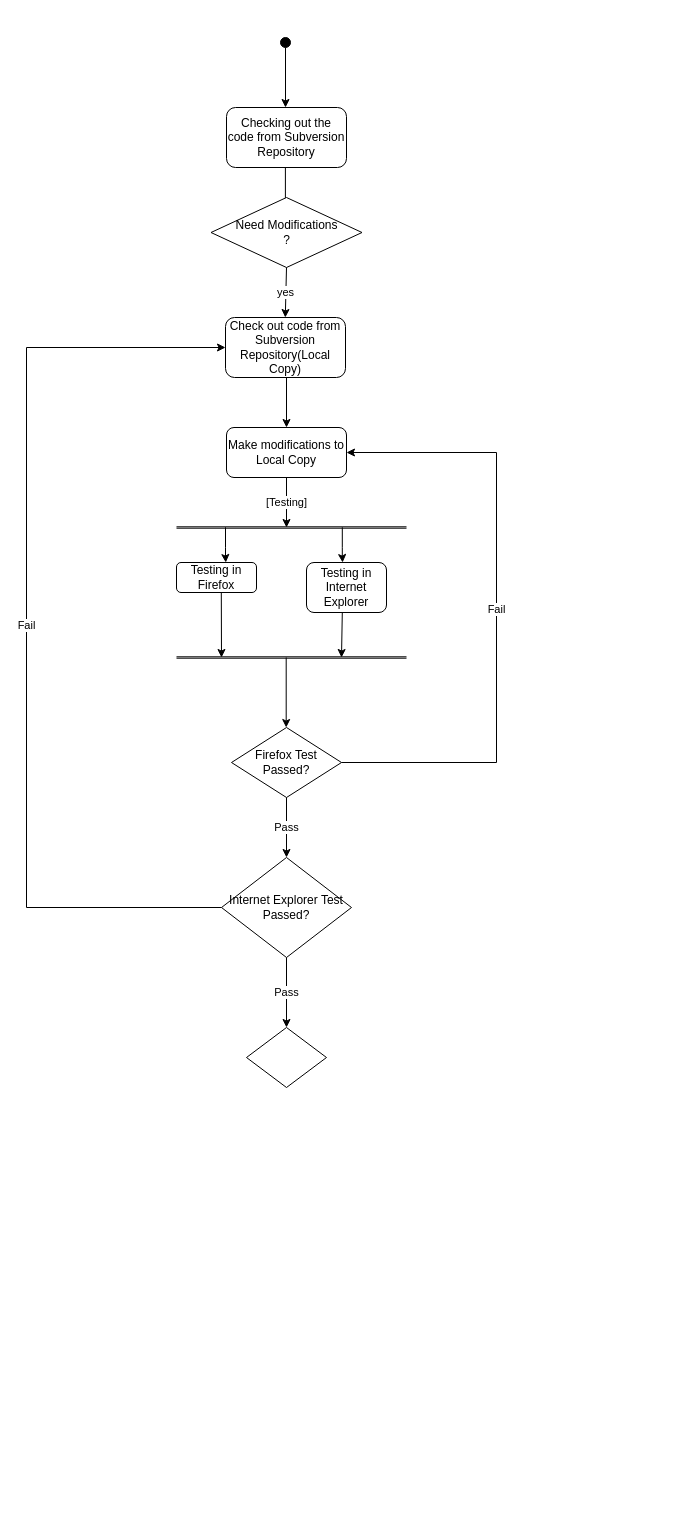
This is 202101452_Lab6.drawio from Aayush121202/IT314_Software_Engineering, a draw.io file, before an edit. Source tidied: cells renumbered, new cells numbered last; positions are measured from the earlier drawing's top-left corner, leaving out a move shared by most shapes. Both pictures are drawn from the tidied source at 100%, with x=0, y=0 at pixel (26, 37).
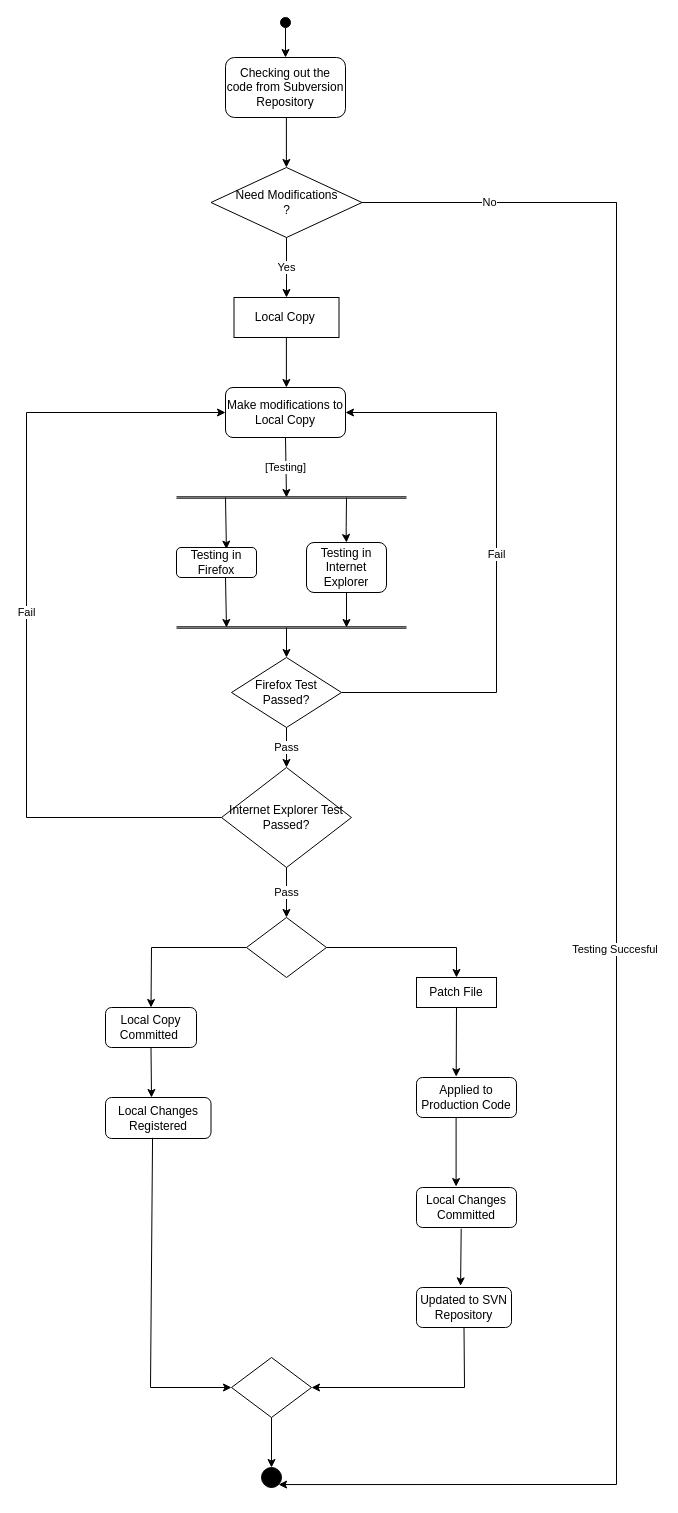
Above is the later version.

Change to the diagram source:
```diff
@@
-    <mxCell id="2" value="Checking out the code from Subversion Repository" style="rounded=1;whiteSpace=wrap;html=1;" parent="1" vertex="1">
-      <mxGeometry x="200" y="70" width="120" height="60" as="geometry" />
-    </mxCell>
-    <mxCell id="3" style="endArrow=classic;html=1;rounded=0;" parent="1" edge="1" source="4">
+    <mxCell id="3" style="endArrow=classic;html=1;rounded=0;" parent="1" edge="1" source="2">
       <mxGeometry relative="1" as="geometry">
         <mxPoint x="259" y="70" as="targetPoint" />
       </mxGeometry>
     </mxCell>
     <mxCell id="4" style="ellipse;whiteSpace=wrap;html=1;fillColor=#000000;" parent="1" vertex="1">
-      <mxGeometry x="254" width="10" height="10" as="geometry" />
+      <mxGeometry x="254" y="-20" width="10" height="10" as="geometry" />
     </mxCell>
     <mxCell id="5" style="endArrow=classic;html=1;rounded=0;" parent="1" edge="1">
       <mxGeometry relative="1" as="geometry">
-        <mxPoint x="258.9" y="130" as="sourcePoint" />
-        <mxPoint x="258.9" y="180" as="targetPoint" />
+        <mxPoint x="259.9" y="80" as="sourcePoint" />
+        <mxPoint x="259.9" y="130" as="targetPoint" />
       </mxGeometry>
     </mxCell>
@@
     <mxCell id="7" value="Need Modifications&lt;br&gt;?" style="rhombus;whiteSpace=wrap;html=1;align=center;" parent="1" vertex="1">
-      <mxGeometry x="184.5" y="160" width="151" height="70" as="geometry" />
+      <mxGeometry x="184.5" y="130" width="151" height="70" as="geometry" />
     </mxCell>
-    <mxCell id="8" value="yes" style="endArrow=classic;html=1;rounded=0;exitX=0.5;exitY=1;exitDx=0;exitDy=0;" parent="1" edge="1" source="7">
-      <mxGeometry relative="1" as="geometry">
-        <mxPoint x="258.8" y="280" as="targetPoint" />
-      </mxGeometry>
-    </mxCell>
-    <mxCell id="9" value="Check out code from Subversion Repository(Local Copy)" style="rounded=1;whiteSpace=wrap;html=1;" parent="1" vertex="1">
-      <mxGeometry x="199" y="280" width="120" height="60" as="geometry" />
-    </mxCell>
     <mxCell id="10" style="endArrow=classic;html=1;rounded=0;" parent="1" edge="1">
       <mxGeometry relative="1" as="geometry">
-        <mxPoint x="260" y="340" as="sourcePoint" />
-        <mxPoint x="260" y="390" as="targetPoint" />
+        <mxPoint x="259.9" y="300" as="sourcePoint" />
+        <mxPoint x="259.9" y="350" as="targetPoint" />
       </mxGeometry>
     </mxCell>
     <mxCell id="11" value="Make modifications to Local Copy" style="rounded=1;whiteSpace=wrap;html=1;" parent="1" vertex="1">
-      <mxGeometry x="200" y="390" width="120" height="50" as="geometry" />
+      <mxGeometry x="199" y="350" width="120" height="50" as="geometry" />
     </mxCell>
     <mxCell id="12" value="[Testing]" style="endArrow=classic;html=1;rounded=0;exitX=0.5;exitY=1;exitDx=0;exitDy=0;" parent="1" edge="1" source="11">
       <mxGeometry relative="1" as="geometry">
-        <mxPoint x="260" y="490" as="targetPoint" />
+        <mxPoint x="260" y="460" as="targetPoint" />
       </mxGeometry>
     </mxCell>
     <mxCell id="13" style="shape=link;html=1;rounded=0;width=1.3725490196078436;" parent="1" edge="1">
       <mxGeometry relative="1" as="geometry">
-        <mxPoint x="150" y="490" as="sourcePoint" />
-        <mxPoint x="380" y="490" as="targetPoint" />
+        <mxPoint x="150" y="460" as="sourcePoint" />
+        <mxPoint x="380" y="460" as="targetPoint" />
+        <Array as="points">
+          <mxPoint x="260" y="460" />
+        </Array>
       </mxGeometry>
     </mxCell>
-    <mxCell id="14" value="Testing in Firefox" style="rounded=1;whiteSpace=wrap;html=1;" parent="1" vertex="1">
-      <mxGeometry x="150" y="525" width="80" height="30" as="geometry" />
-    </mxCell>
     <mxCell id="15" value="Testing in Internet Explorer" style="rounded=1;whiteSpace=wrap;html=1;" parent="1" vertex="1">
-      <mxGeometry x="280" y="525" width="80" height="50" as="geometry" />
+      <mxGeometry x="280" y="505" width="80" height="50" as="geometry" />
     </mxCell>
-    <mxCell id="16" style="endArrow=classic;html=1;rounded=0;entryX=0.879;entryY=0.008;entryDx=0;entryDy=0;entryPerimeter=0;" parent="1" edge="1">
+    <mxCell id="16" style="endArrow=classic;html=1;rounded=0;entryX=0.879;entryY=0.008;entryDx=0;entryDy=0;entryPerimeter=0;" parent="1" edge="1" source="14">
       <mxGeometry relative="1" as="geometry">
-        <mxPoint x="199" y="489.8" as="sourcePoint" />
         <mxPoint x="199.3" y="525" as="targetPoint" />
         <Array as="points">
           <mxPoint x="199" y="509.8" />
           <mxPoint x="199" y="519.8" />
         </Array>
       </mxGeometry>
     </mxCell>
     <mxCell id="17" style="endArrow=classic;html=1;rounded=0;entryX=0.879;entryY=0.008;entryDx=0;entryDy=0;entryPerimeter=0;" parent="1" edge="1">
       <mxGeometry relative="1" as="geometry">
-        <mxPoint x="315.8" y="489.8" as="sourcePoint" />
-        <mxPoint x="316.1" y="525" as="targetPoint" />
+        <mxPoint x="320" y="460" as="sourcePoint" />
+        <mxPoint x="320" y="505" as="targetPoint" />
         <Array as="points">
-          <mxPoint x="315.8" y="509.8" />
-          <mxPoint x="315.8" y="519.8" />
+          <mxPoint x="319.7" y="489.8" />
+          <mxPoint x="319.7" y="499.8" />
         </Array>
       </mxGeometry>
     </mxCell>
-    <mxCell id="18" style="endArrow=classic;html=1;rounded=0;exitX=0.437;exitY=1.114;exitDx=0;exitDy=0;exitPerimeter=0;entryX=0.5;entryY=0;entryDx=0;entryDy=0;" parent="1" edge="1">
+    <mxCell id="18" style="endArrow=classic;html=1;rounded=0;exitX=0.437;exitY=1.114;exitDx=0;exitDy=0;exitPerimeter=0;" parent="1" edge="1">
       <mxGeometry relative="1" as="geometry">
-        <mxPoint x="194.8" y="555" as="sourcePoint" />
-        <mxPoint x="195" y="620" as="targetPoint" />
+        <mxPoint x="199" y="540" as="sourcePoint" />
+        <mxPoint x="200" y="590" as="targetPoint" />
       </mxGeometry>
     </mxCell>
-    <mxCell id="19" style="endArrow=classic;html=1;rounded=0;exitX=0.437;exitY=1.114;exitDx=0;exitDy=0;exitPerimeter=0;entryX=0.5;entryY=0;entryDx=0;entryDy=0;" parent="1" edge="1">
+    <mxCell id="19" style="endArrow=classic;html=1;rounded=0;exitX=0.5;exitY=1;exitDx=0;exitDy=0;" parent="1" edge="1" source="15">
       <mxGeometry relative="1" as="geometry">
-        <mxPoint x="315.8" y="575" as="sourcePoint" />
-        <mxPoint x="315" y="620" as="targetPoint" />
+        <mxPoint x="320" y="590" as="targetPoint" />
       </mxGeometry>
     </mxCell>
     <mxCell id="20" style="shape=link;html=1;rounded=0;width=1.3725490196078436;" parent="1" edge="1">
       <mxGeometry relative="1" as="geometry">
-        <mxPoint x="150" y="620" as="sourcePoint" />
-        <mxPoint x="380" y="620" as="targetPoint" />
+        <mxPoint x="150" y="590" as="sourcePoint" />
+        <mxPoint x="380" y="590" as="targetPoint" />
       </mxGeometry>
     </mxCell>
-    <mxCell id="21" style="endArrow=classic;html=1;rounded=0;" parent="1" edge="1">
+    <mxCell id="21" style="endArrow=classic;html=1;rounded=0;" parent="1" edge="1" source="24">
       <mxGeometry relative="1" as="geometry">
-        <mxPoint x="259.7" y="620" as="sourcePoint" />
         <mxPoint x="259.7" y="690" as="targetPoint" />
       </mxGeometry>
     </mxCell>
     <mxCell id="22" value="Internet Explorer Test Passed?" style="rhombus;whiteSpace=wrap;html=1;" parent="1" vertex="1">
-      <mxGeometry x="195" y="820" width="130" height="100" as="geometry" />
+      <mxGeometry x="195" y="730" width="130" height="100" as="geometry" />
     </mxCell>
@@
-    <mxCell id="24" value="Firefox Test Passed?" style="rhombus;whiteSpace=wrap;html=1;" parent="1" vertex="1">
-      <mxGeometry x="205" y="690" width="110" height="70" as="geometry" />
-    </mxCell>
     <mxCell id="25" value="Fail" style="endArrow=classic;html=1;rounded=0;exitX=1;exitY=0.5;exitDx=0;exitDy=0;entryX=1;entryY=0.5;entryDx=0;entryDy=0;" parent="1" edge="1" source="24" target="11">
       <mxGeometry relative="1" as="geometry">
         <Array as="points">
-          <mxPoint x="470" y="725" />
-          <mxPoint x="470" y="415" />
+          <mxPoint x="470" y="655" />
+          <mxPoint x="470" y="375" />
         </Array>
       </mxGeometry>
     </mxCell>
@@
-    <mxCell id="27" value="Fail" style="endArrow=classic;html=1;rounded=0;exitX=0;exitY=0.5;exitDx=0;exitDy=0;entryX=0;entryY=0.5;entryDx=0;entryDy=0;" parent="1" edge="1" source="22" target="9">
+    <mxCell id="27" value="Fail" style="endArrow=classic;html=1;rounded=0;exitX=0;exitY=0.5;exitDx=0;exitDy=0;entryX=0;entryY=0.5;entryDx=0;entryDy=0;" parent="1" edge="1" source="22" target="11">
       <mxGeometry relative="1" as="geometry">
         <Array as="points">
-          <mxPoint y="870" />
-          <mxPoint y="310" />
+          <mxPoint y="780" />
+          <mxPoint y="375" />
         </Array>
       </mxGeometry>
     </mxCell>
+    <mxCell id="30" style="endArrow=classic;html=1;rounded=0;" parent="1" edge="1" source="4" target="2">
+      <mxGeometry relative="1" as="geometry" />
+    </mxCell>
+    <mxCell id="2" value="Checking out the code from Subversion Repository" style="rounded=1;whiteSpace=wrap;html=1;" parent="1" vertex="1">
+      <mxGeometry x="199" y="20" width="120" height="60" as="geometry" />
+    </mxCell>
+    <mxCell id="31" style="endArrow=classic;html=1;rounded=0;entryX=0.624;entryY=0.054;entryDx=0;entryDy=0;entryPerimeter=0;" parent="1" edge="1" target="14">
+      <mxGeometry relative="1" as="geometry">
+        <mxPoint x="199" y="460" as="sourcePoint" />
+      </mxGeometry>
+    </mxCell>
+    <mxCell id="14" value="Testing in Firefox" style="rounded=1;whiteSpace=wrap;html=1;" parent="1" vertex="1">
+      <mxGeometry x="150" y="510" width="80" height="30" as="geometry" />
+    </mxCell>
+    <mxCell id="32" style="endArrow=classic;html=1;rounded=0;" parent="1" edge="1" target="24">
+      <mxGeometry relative="1" as="geometry">
+        <mxPoint x="260" y="590" as="sourcePoint" />
+      </mxGeometry>
+    </mxCell>
+    <mxCell id="24" value="Firefox Test Passed?" style="rhombus;whiteSpace=wrap;html=1;" parent="1" vertex="1">
+      <mxGeometry x="205" y="620" width="110" height="70" as="geometry" />
+    </mxCell>
-    <mxCell id="28" value="Pass" style="endArrow=classic;html=1;rounded=0;exitX=0.5;exitY=1;exitDx=0;exitDy=0;" parent="1" edge="1" source="22">
-      <mxGeometry relative="1" as="geometry">
-        <mxPoint x="260" y="990" as="targetPoint" />
-      </mxGeometry>
+    <mxCell id="28" value="Pass" style="endArrow=classic;html=1;rounded=0;exitX=0.5;exitY=1;exitDx=0;exitDy=0;" parent="1" edge="1" source="22" target="29">
+      <mxGeometry relative="1" as="geometry" />
     </mxCell>
     <mxCell id="29" style="rhombus;whiteSpace=wrap;html=1;" parent="1" vertex="1">
-      <mxGeometry x="220" y="990" width="80" height="60" as="geometry" />
+      <mxGeometry x="220" y="880" width="80" height="60" as="geometry" />
     </mxCell>
+    <mxCell id="33" value="Patch File" style="rounded=0;whiteSpace=wrap;html=1;" parent="1" vertex="1">
+      <mxGeometry x="390" y="940" width="80" height="30" as="geometry" />
+    </mxCell>
+    <mxCell id="34" value="Applied to Production Code" style="rounded=1;whiteSpace=wrap;html=1;" parent="1" vertex="1">
+      <mxGeometry x="390" y="1040" width="100" height="40" as="geometry" />
+    </mxCell>
+    <mxCell id="35" value="Local Changes Committed" style="rounded=1;whiteSpace=wrap;html=1;" parent="1" vertex="1">
+      <mxGeometry x="390" y="1150" width="100" height="40" as="geometry" />
+    </mxCell>
+    <mxCell id="36" value="Updated to SVN Repository" style="rounded=1;whiteSpace=wrap;html=1;" parent="1" vertex="1">
+      <mxGeometry x="390" y="1250" width="95" height="40" as="geometry" />
+    </mxCell>
+    <mxCell id="37" style="endArrow=classic;html=1;rounded=0;exitX=1;exitY=0.5;exitDx=0;exitDy=0;entryX=0.5;entryY=0;entryDx=0;entryDy=0;" parent="1" edge="1" source="29" target="33">
+      <mxGeometry relative="1" as="geometry">
+        <Array as="points">
+          <mxPoint x="430" y="910" />
+        </Array>
+      </mxGeometry>
+    </mxCell>
+    <mxCell id="38" style="endArrow=classic;html=1;rounded=0;exitX=0.5;exitY=1;exitDx=0;exitDy=0;entryX=0.397;entryY=-0.022;entryDx=0;entryDy=0;entryPerimeter=0;" parent="1" edge="1" source="33" target="34">
+      <mxGeometry relative="1" as="geometry" />
+    </mxCell>
+    <mxCell id="39" style="endArrow=classic;html=1;rounded=0;exitX=0.5;exitY=1;exitDx=0;exitDy=0;entryX=0.397;entryY=-0.022;entryDx=0;entryDy=0;entryPerimeter=0;" parent="1" edge="1">
+      <mxGeometry relative="1" as="geometry">
+        <mxPoint x="429.6" y="1080" as="sourcePoint" />
+        <mxPoint x="429.6" y="1149" as="targetPoint" />
+      </mxGeometry>
+    </mxCell>
+    <mxCell id="40" style="endArrow=classic;html=1;rounded=0;entryX=0.464;entryY=-0.041;entryDx=0;entryDy=0;entryPerimeter=0;exitX=0.447;exitY=1.031;exitDx=0;exitDy=0;exitPerimeter=0;" parent="1" edge="1" source="35" target="36">
+      <mxGeometry relative="1" as="geometry" />
+    </mxCell>
+    <mxCell id="41" value="Local Copy Committed&amp;nbsp;" style="rounded=1;whiteSpace=wrap;html=1;" parent="1" vertex="1">
+      <mxGeometry x="79" y="970" width="91" height="40" as="geometry" />
+    </mxCell>
+    <mxCell id="42" value="Local Changes Registered" style="rounded=1;whiteSpace=wrap;html=1;" parent="1" vertex="1">
+      <mxGeometry x="79" y="1060" width="105.5" height="41" as="geometry" />
+    </mxCell>
+    <mxCell id="43" style="endArrow=classic;html=1;rounded=0;exitX=0;exitY=0.5;exitDx=0;exitDy=0;entryX=0.5;entryY=0;entryDx=0;entryDy=0;" parent="1" edge="1" source="29" target="41">
+      <mxGeometry relative="1" as="geometry">
+        <Array as="points">
+          <mxPoint x="125" y="910" />
+        </Array>
+      </mxGeometry>
+    </mxCell>
+    <mxCell id="44" style="endArrow=classic;html=1;rounded=0;exitX=0.5;exitY=1;exitDx=0;exitDy=0;" parent="1" edge="1" source="41">
+      <mxGeometry relative="1" as="geometry">
+        <mxPoint x="125" y="1060" as="targetPoint" />
+      </mxGeometry>
+    </mxCell>
+    <mxCell id="45" style="rhombus;whiteSpace=wrap;html=1;" parent="1" vertex="1">
+      <mxGeometry x="205" y="1320" width="80" height="60" as="geometry" />
+    </mxCell>
+    <mxCell id="46" style="endArrow=classic;html=1;rounded=0;exitX=0.446;exitY=0.984;exitDx=0;exitDy=0;exitPerimeter=0;entryX=0;entryY=0.5;entryDx=0;entryDy=0;" parent="1" edge="1" source="42" target="45">
+      <mxGeometry relative="1" as="geometry">
+        <Array as="points">
+          <mxPoint x="124" y="1350" />
+        </Array>
+      </mxGeometry>
+    </mxCell>
+    <mxCell id="47" style="endArrow=classic;html=1;rounded=0;exitX=0.5;exitY=1;exitDx=0;exitDy=0;entryX=1;entryY=0.5;entryDx=0;entryDy=0;" parent="1" edge="1" source="36" target="45">
+      <mxGeometry relative="1" as="geometry">
+        <Array as="points">
+          <mxPoint x="438" y="1350" />
+        </Array>
+      </mxGeometry>
+    </mxCell>
+    <mxCell id="48" style="endArrow=classic;html=1;rounded=0;exitX=0.5;exitY=1;exitDx=0;exitDy=0;" parent="1" edge="1" source="50">
+      <mxGeometry relative="1" as="geometry">
+        <mxPoint x="245" y="1430" as="targetPoint" />
+      </mxGeometry>
+    </mxCell>
+    <mxCell id="49" style="endArrow=classic;html=1;rounded=0;exitX=0.5;exitY=1;exitDx=0;exitDy=0;" parent="1" edge="1" source="45" target="50">
+      <mxGeometry relative="1" as="geometry" />
+    </mxCell>
+    <mxCell id="50" style="ellipse;whiteSpace=wrap;html=1;fillColor=#000000;" parent="1" vertex="1">
+      <mxGeometry x="235" y="1430" width="20" height="20" as="geometry" />
+    </mxCell>
+    <mxCell id="51" value="Yes" style="endArrow=classic;html=1;rounded=0;exitX=0.5;exitY=1;exitDx=0;exitDy=0;" parent="1" edge="1" source="7" target="52">
+      <mxGeometry relative="1" as="geometry" />
+    </mxCell>
+    <mxCell id="52" value="Local Copy&amp;nbsp;" style="rounded=0;whiteSpace=wrap;html=1;" parent="1" vertex="1">
+      <mxGeometry x="207.5" y="260" width="105" height="40" as="geometry" />
+    </mxCell>
+    <mxCell id="53" value="Testing Succesful&amp;nbsp;" style="endArrow=classic;html=1;rounded=0;entryX=1;entryY=1;entryDx=0;entryDy=0;" parent="1" edge="1" target="50">
+      <mxGeometry relative="1" as="geometry">
+        <mxPoint x="590" y="290" as="sourcePoint" />
+        <Array as="points">
+          <mxPoint x="590" y="165" />
+          <mxPoint x="590" y="1447" />
+        </Array>
+      </mxGeometry>
+    </mxCell>
+    <mxCell id="54" value="No" style="endArrow=none;html=1;rounded=0;exitX=1;exitY=0.5;exitDx=0;exitDy=0;" parent="1" edge="1" source="7">
+      <mxGeometry relative="1" as="geometry">
+        <mxPoint x="590" y="165" as="targetPoint" />
+      </mxGeometry>
+    </mxCell>
```
